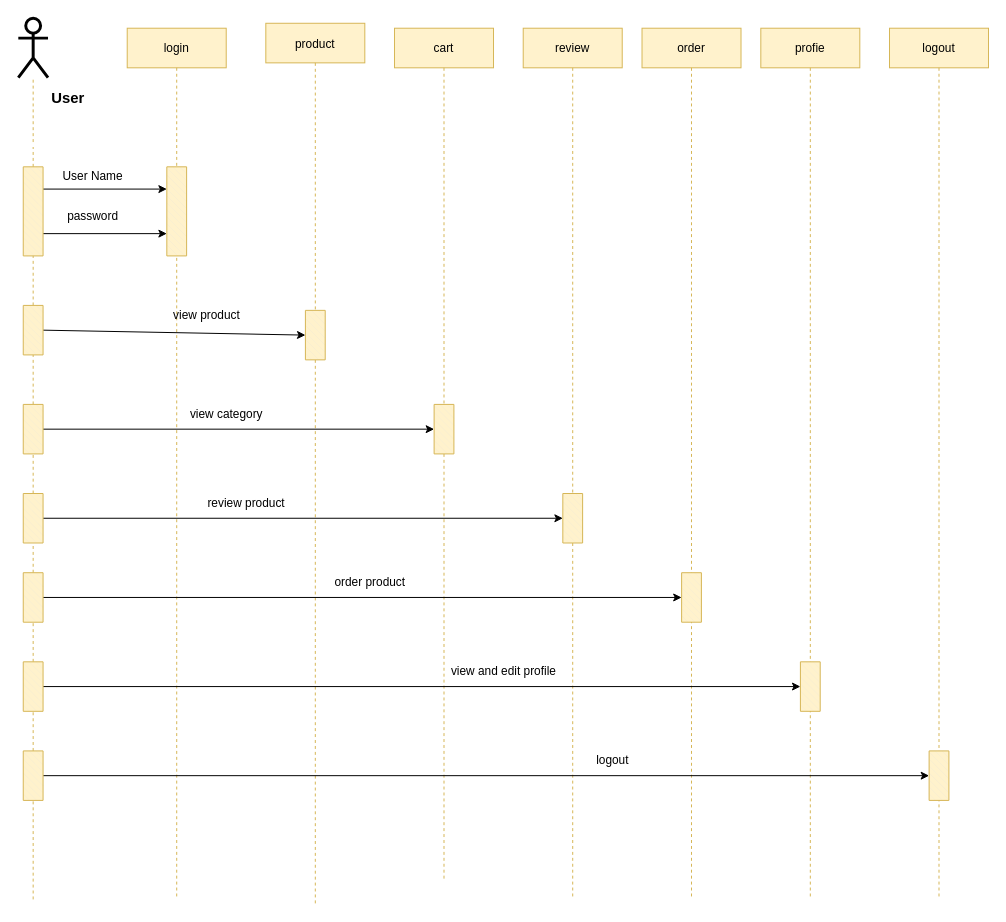
This is sequence diagram.drawio from Shimanshu83/FrontendMentorPractice, a draw.io file, before an edit. Source tidied: cells renumbered, new cells numbered last; positions are measured from the earlier drawing's top-left corner, leaving out a move shared by most shapes. Both pictures are drawn from the tidied source at 99%, with x=0, y=0 at pixel (18, 18).
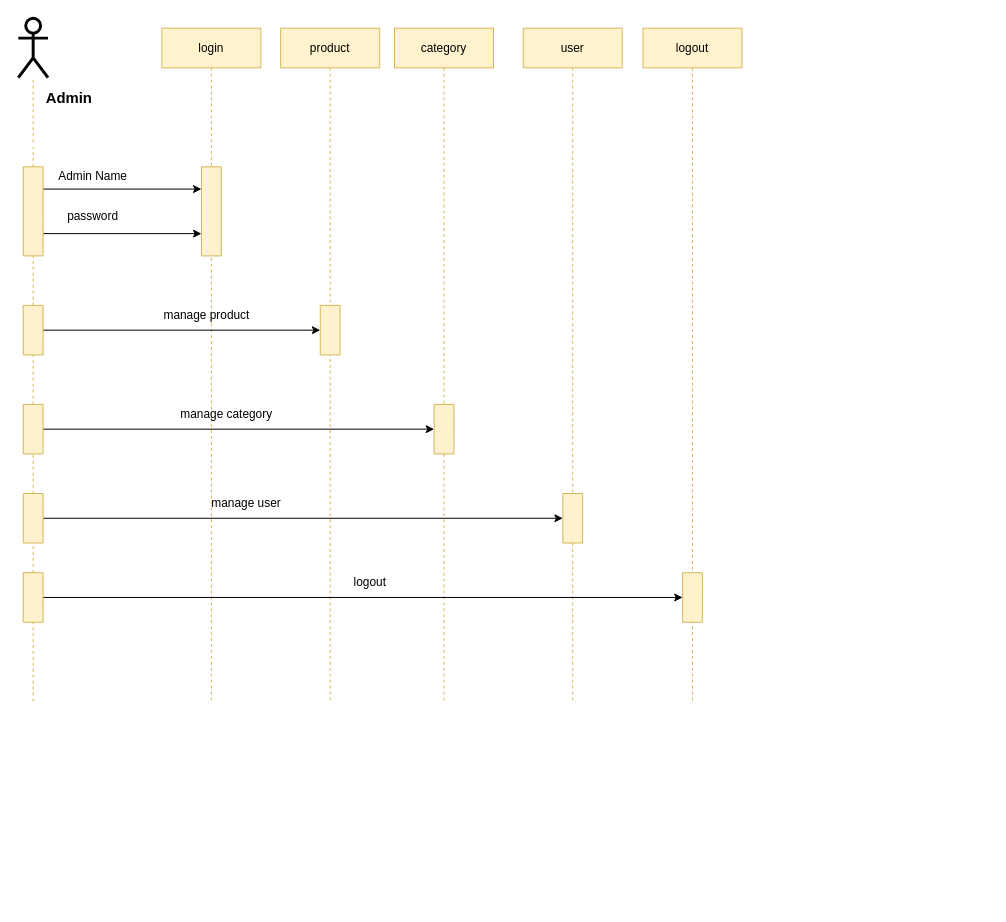
The same diagram, later.

Unchanged cells that the change refers to:
```xml
<mxCell id="37" style="verticalLabelPosition=bottom;verticalAlign=top;html=1;shape=mxgraph.basic.patternFillRect;fillStyle=diag;step=5;fillStrokeWidth=0.2;fillStrokeColor=#dddddd;strokeWidth=1;direction=south;fillColor=#fff2cc;strokeColor=#d6b656;" parent="1" vertex="1">
  <mxGeometry x="5" y="560" width="20" height="50" as="geometry" />
</mxCell>
```

Diff of the diagram source:
```diff
@@
     <mxCell id="2" value="login" style="shape=umlLifeline;perimeter=lifelinePerimeter;rounded=0;shadow=0;strokeWidth=1;fillColor=#fff2cc;strokeColor=#d6b656;" parent="1" vertex="1">
-      <mxGeometry x="110" y="10" width="100" height="880" as="geometry" />
+      <mxGeometry x="145" y="10" width="100" height="680" as="geometry" />
     </mxCell>
@@
     <mxCell id="4" value="product" style="shape=umlLifeline;perimeter=lifelinePerimeter;rounded=0;shadow=0;strokeWidth=1;fillColor=#fff2cc;strokeColor=#d6b656;" parent="1" vertex="1">
-      <mxGeometry x="250" y="5" width="100" height="890" as="geometry" />
+      <mxGeometry x="265" y="10" width="100" height="680" as="geometry" />
     </mxCell>
     <mxCell id="5" style="verticalLabelPosition=bottom;verticalAlign=top;html=1;shape=mxgraph.basic.patternFillRect;fillStyle=diag;step=5;fillStrokeWidth=0.2;fillStrokeColor=#dddddd;strokeWidth=1;direction=south;fillColor=#fff2cc;strokeColor=#d6b656;" parent="4" vertex="1">
-      <mxGeometry x="40" y="290" width="20" height="50" as="geometry" />
+      <mxGeometry x="40" y="280" width="20" height="50" as="geometry" />
     </mxCell>
-    <mxCell id="6" value="cart" style="shape=umlLifeline;perimeter=lifelinePerimeter;rounded=0;shadow=0;strokeWidth=1;fillColor=#fff2cc;strokeColor=#d6b656;" parent="1" vertex="1">
-      <mxGeometry x="380" y="10" width="100" height="860" as="geometry" />
+    <mxCell id="6" value="category" style="shape=umlLifeline;perimeter=lifelinePerimeter;rounded=0;shadow=0;strokeWidth=1;fillColor=#fff2cc;strokeColor=#d6b656;" parent="1" vertex="1">
+      <mxGeometry x="380" y="10" width="100" height="680" as="geometry" />
     </mxCell>
@@
-    <mxCell id="8" value="review" style="shape=umlLifeline;perimeter=lifelinePerimeter;rounded=0;shadow=0;strokeWidth=1;fillColor=#fff2cc;strokeColor=#d6b656;" parent="1" vertex="1">
-      <mxGeometry x="510" y="10" width="100" height="880" as="geometry" />
+    <mxCell id="8" value="user" style="shape=umlLifeline;perimeter=lifelinePerimeter;rounded=0;shadow=0;strokeWidth=1;fillColor=#fff2cc;strokeColor=#d6b656;" parent="1" vertex="1">
+      <mxGeometry x="510" y="10" width="100" height="680" as="geometry" />
     </mxCell>
@@
-    <mxCell id="10" value="order" style="shape=umlLifeline;perimeter=lifelinePerimeter;rounded=0;shadow=0;strokeWidth=1;fillColor=#fff2cc;strokeColor=#d6b656;" parent="1" vertex="1">
-      <mxGeometry x="630" y="10" width="100" height="880" as="geometry" />
+    <mxCell id="10" value="logout" style="shape=umlLifeline;perimeter=lifelinePerimeter;rounded=0;shadow=0;strokeWidth=1;fillColor=#fff2cc;strokeColor=#d6b656;" parent="1" vertex="1">
+      <mxGeometry x="631" y="10" width="100" height="680" as="geometry" />
     </mxCell>
@@
-    <mxCell id="12" value="profie" style="shape=umlLifeline;perimeter=lifelinePerimeter;rounded=0;shadow=0;strokeWidth=1;fillColor=#fff2cc;strokeColor=#d6b656;" parent="1" vertex="1">
-      <mxGeometry x="750" y="10" width="100" height="880" as="geometry" />
-    </mxCell>
-    <mxCell id="13" style="verticalLabelPosition=bottom;verticalAlign=top;html=1;shape=mxgraph.basic.patternFillRect;fillStyle=diag;step=5;fillStrokeWidth=0.2;fillStrokeColor=#dddddd;strokeWidth=1;direction=south;fillColor=#fff2cc;strokeColor=#d6b656;" parent="12" vertex="1">
-      <mxGeometry x="40" y="640" width="20" height="50" as="geometry" />
-    </mxCell>
@@
-    <mxCell id="21" value="logout" style="shape=umlLifeline;perimeter=lifelinePerimeter;rounded=0;shadow=0;strokeWidth=1;fillColor=#fff2cc;strokeColor=#d6b656;" parent="1" vertex="1">
-      <mxGeometry x="880" y="10" width="100" height="880" as="geometry" />
-    </mxCell>
-    <mxCell id="22" value="User Name " style="text;html=1;align=center;verticalAlign=middle;strokeColor=none;fillColor=none;" parent="1" vertex="1">
-      <mxGeometry x="40" y="150" width="70" height="20" as="geometry" />
+    <mxCell id="22" value="Admin Name " style="text;html=1;align=center;verticalAlign=middle;strokeColor=none;fillColor=none;" parent="1" vertex="1">
+      <mxGeometry x="30" y="150" width="90" height="20" as="geometry" />
     </mxCell>
@@
-    <mxCell id="27" value="view product" style="text;html=1;align=center;verticalAlign=middle;strokeColor=none;fillColor=none;" parent="1" vertex="1">
-      <mxGeometry x="150" y="290" width="80" height="20" as="geometry" />
+    <mxCell id="27" value="manage product" style="text;html=1;align=center;verticalAlign=middle;strokeColor=none;fillColor=none;" parent="1" vertex="1">
+      <mxGeometry x="135" y="290" width="110" height="20" as="geometry" />
     </mxCell>
@@
-    <mxCell id="31" value="view category" style="text;html=1;align=center;verticalAlign=middle;strokeColor=none;fillColor=none;" parent="1" vertex="1">
-      <mxGeometry x="165" y="390" width="90" height="20" as="geometry" />
+    <mxCell id="31" value="manage category" style="text;html=1;align=center;verticalAlign=middle;strokeColor=none;fillColor=none;" parent="1" vertex="1">
+      <mxGeometry x="155" y="390" width="110" height="20" as="geometry" />
     </mxCell>
@@
-    <mxCell id="35" value="review product" style="text;html=1;align=center;verticalAlign=middle;strokeColor=none;fillColor=none;" parent="1" vertex="1">
+    <mxCell id="35" value="manage user" style="text;html=1;align=center;verticalAlign=middle;strokeColor=none;fillColor=none;" parent="1" vertex="1">
       <mxGeometry x="185" y="480" width="90" height="20" as="geometry" />
     </mxCell>
@@
-    <mxCell id="38" style="endArrow=none;dashed=1;html=1;fillColor=#fff2cc;strokeColor=#d6b656;startArrow=none;" parent="1" edge="1" source="41" target="37">
-      <mxGeometry relative="1" as="geometry" />
+    <mxCell id="38" style="endArrow=none;dashed=1;html=1;fillColor=#fff2cc;strokeColor=#d6b656;startArrow=none;" parent="1" edge="1" target="37">
+      <mxGeometry relative="1" as="geometry">
+        <mxPoint x="15" y="690" as="sourcePoint" />
+        <Array as="points">
+          <mxPoint x="15" y="640" />
+        </Array>
+      </mxGeometry>
     </mxCell>
-    <mxCell id="39" value="order product" style="text;html=1;align=center;verticalAlign=middle;strokeColor=none;fillColor=none;" parent="1" vertex="1">
-      <mxGeometry x="310" y="560" width="90" height="20" as="geometry" />
+    <mxCell id="39" value="logout" style="text;html=1;align=center;verticalAlign=middle;strokeColor=none;fillColor=none;" parent="1" vertex="1">
+      <mxGeometry x="330" y="560" width="50" height="20" as="geometry" />
     </mxCell>
-    <mxCell id="40" style="edgeStyle=none;rounded=0;jettySize=auto;html=1;exitX=0.5;exitY=0;exitDx=0;exitDy=0;exitPerimeter=0;entryX=0.5;entryY=1;entryDx=0;entryDy=0;entryPerimeter=0;" parent="1" edge="1" source="41" target="13">
-      <mxGeometry relative="1" as="geometry" />
-    </mxCell>
-    <mxCell id="41" style="verticalLabelPosition=bottom;verticalAlign=top;html=1;shape=mxgraph.basic.patternFillRect;fillStyle=diag;step=5;fillStrokeWidth=0.2;fillStrokeColor=#dddddd;strokeWidth=1;direction=south;fillColor=#fff2cc;strokeColor=#d6b656;" parent="1" vertex="1">
-      <mxGeometry x="5" y="650" width="20" height="50" as="geometry" />
-    </mxCell>
-    <mxCell id="42" style="endArrow=none;dashed=1;html=1;fillColor=#fff2cc;strokeColor=#d6b656;startArrow=none;" parent="1" edge="1" source="46" target="41">
-      <mxGeometry relative="1" as="geometry" />
-    </mxCell>
-    <mxCell id="43" value="view and edit profile" style="text;html=1;align=center;verticalAlign=middle;strokeColor=none;fillColor=none;" parent="1" vertex="1">
-      <mxGeometry x="430" y="650" width="120" height="20" as="geometry" />
-    </mxCell>
-    <mxCell id="44" style="verticalLabelPosition=bottom;verticalAlign=top;html=1;shape=mxgraph.basic.patternFillRect;fillStyle=diag;step=5;fillStrokeWidth=0.2;fillStrokeColor=#dddddd;strokeWidth=1;direction=south;fillColor=#fff2cc;strokeColor=#d6b656;" parent="1" vertex="1">
-      <mxGeometry x="920" y="740" width="20" height="50" as="geometry" />
-    </mxCell>
-    <mxCell id="45" style="edgeStyle=none;rounded=0;jettySize=auto;html=1;exitX=0.5;exitY=0;exitDx=0;exitDy=0;exitPerimeter=0;entryX=0.5;entryY=1;entryDx=0;entryDy=0;entryPerimeter=0;" parent="1" edge="1" source="46" target="44">
-      <mxGeometry relative="1" as="geometry" />
-    </mxCell>
-    <mxCell id="46" style="verticalLabelPosition=bottom;verticalAlign=top;html=1;shape=mxgraph.basic.patternFillRect;fillStyle=diag;step=5;fillStrokeWidth=0.2;fillStrokeColor=#dddddd;strokeWidth=1;direction=south;fillColor=#fff2cc;strokeColor=#d6b656;" parent="1" vertex="1">
-      <mxGeometry x="5" y="740" width="20" height="50" as="geometry" />
-    </mxCell>
-    <mxCell id="47" style="endArrow=none;dashed=1;html=1;fillColor=#fff2cc;strokeColor=#d6b656;" parent="1" edge="1" target="46">
-      <mxGeometry relative="1" as="geometry">
-        <mxPoint x="15" y="890" as="sourcePoint" />
-      </mxGeometry>
-    </mxCell>
-    <mxCell id="48" value="logout" style="text;html=1;align=center;verticalAlign=middle;strokeColor=none;fillColor=none;" parent="1" vertex="1">
-      <mxGeometry x="575" y="740" width="50" height="20" as="geometry" />
-    </mxCell>
-    <mxCell id="49" value="&lt;b&gt;&lt;font style=&quot;font-size: 15px&quot;&gt;User&lt;/font&gt;&lt;/b&gt;" style="text;html=1;align=center;verticalAlign=middle;strokeColor=none;fillColor=none;" parent="1" vertex="1">
-      <mxGeometry x="25" y="70" width="50" height="20" as="geometry" />
+    <mxCell id="49" value="&lt;font size=&quot;1&quot;&gt;&lt;b style=&quot;font-size: 15px&quot;&gt;Admin&lt;/b&gt;&lt;/font&gt;" style="text;html=1;align=center;verticalAlign=middle;strokeColor=none;fillColor=none;" parent="1" vertex="1">
+      <mxGeometry x="21" y="70" width="60" height="20" as="geometry" />
     </mxCell>
```
